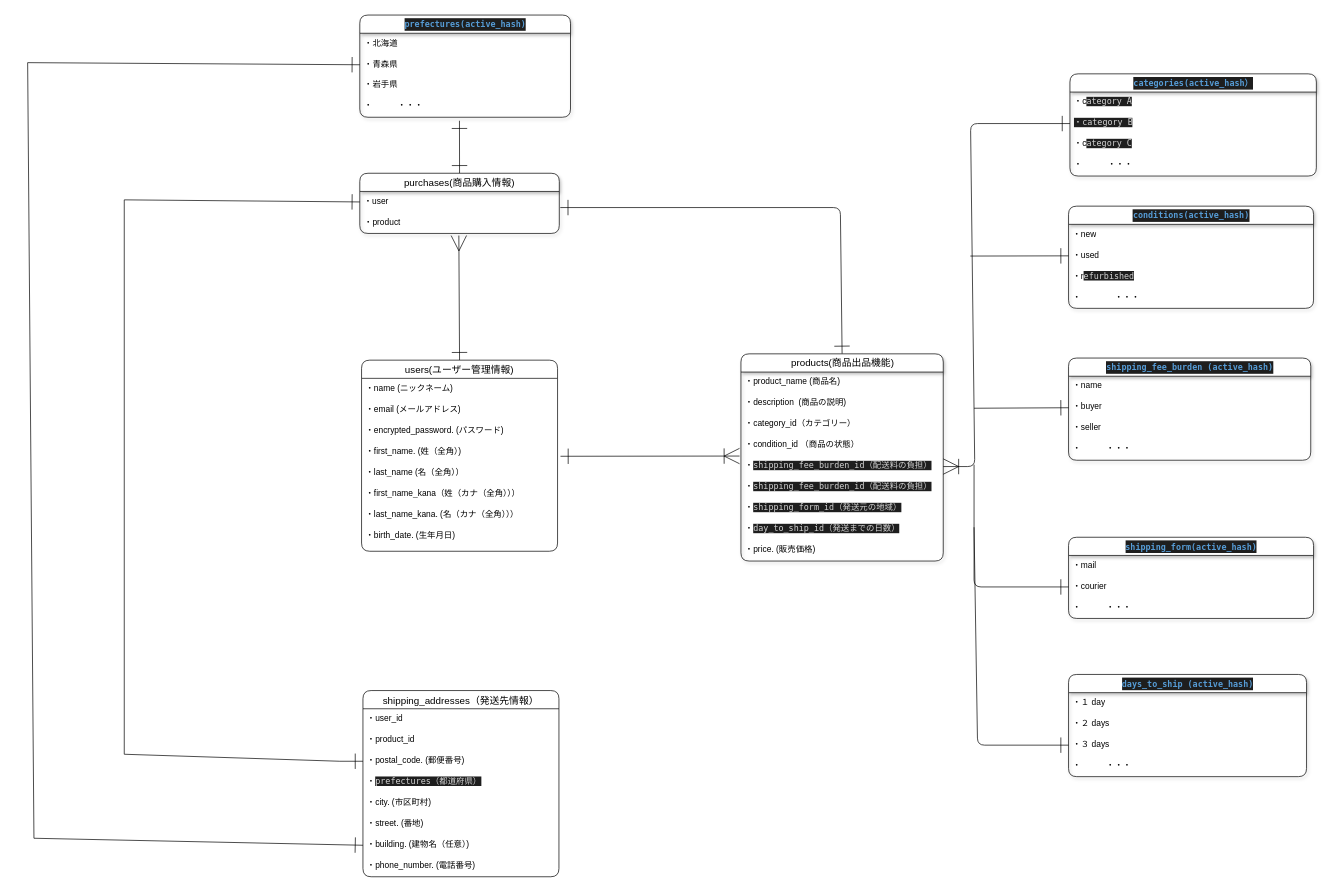
yoshi19841116/furima-39202 keeps this draw.io diagram as .dio. Above is the earlier version. Source tidied: cells renumbered, new cells numbered last; positions are measured from the earlier drawing's top-left corner, leaving out a move shared by most shapes. Both pictures are drawn from the tidied source at 70%, with x=0, y=0 at pixel (27, 15).
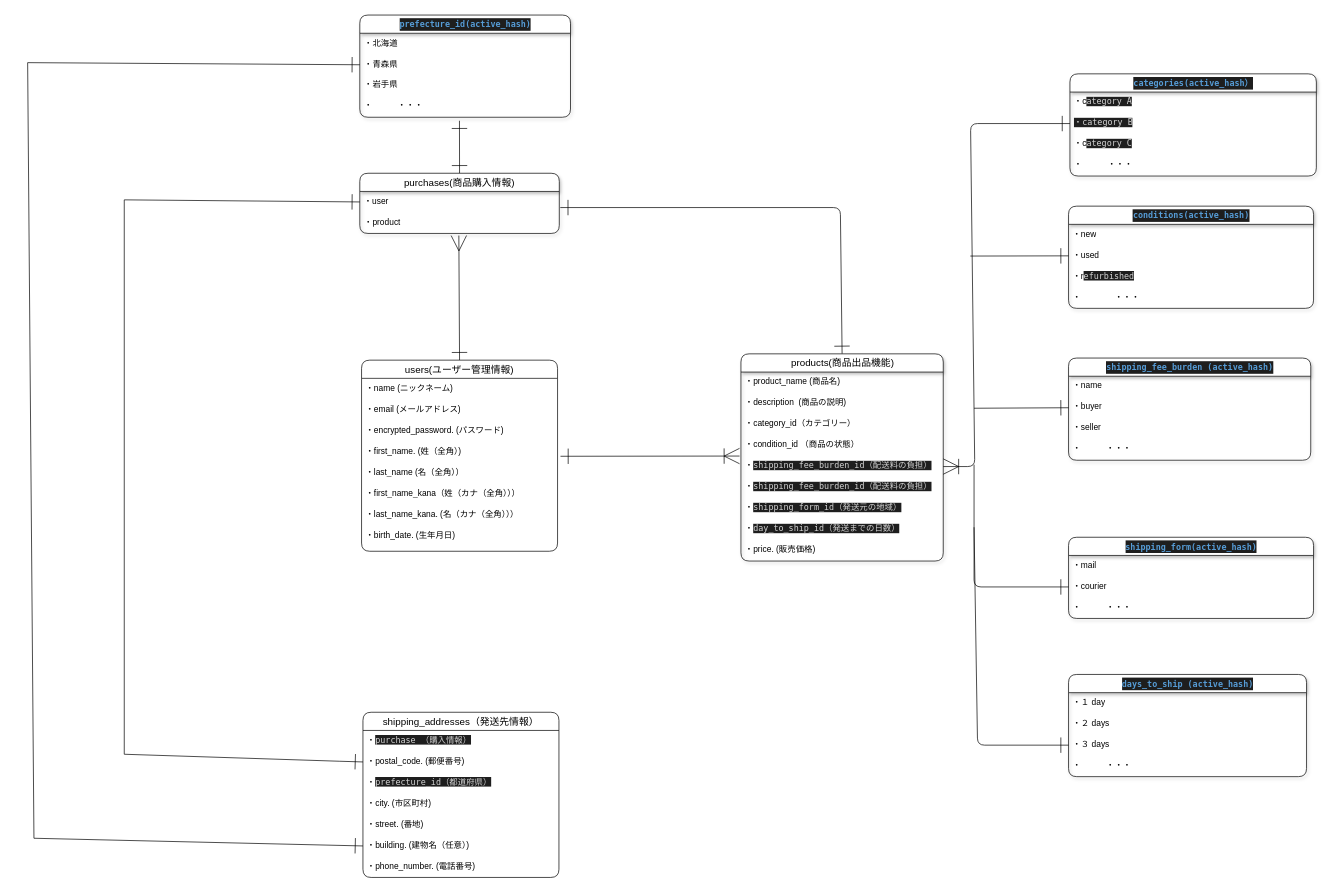
The same page after the edit.

Commit message (it also covers changes not shown here):
データベース設計の修正６

Diff of the diagram source:
```diff
@@
     <mxCell id="16" value="shipping_addresses（発送先情報）" style="swimlane;fontStyle=0;horizontal=1;startSize=26;align=center;fontSize=14;rounded=1;" parent="1" vertex="1">
-      <mxGeometry x="479" y="965" width="280" height="266" as="geometry" />
+      <mxGeometry x="479" y="996" width="280" height="236" as="geometry" />
     </mxCell>
-    <mxCell id="17" value="・user_id" style="text;strokeColor=none;fillColor=none;spacingLeft=4;spacingRight=4;overflow=hidden;fontSize=12;shadow=1;html=1;rounded=1;" parent="16" vertex="1">
+    <mxCell id="17" value="・&lt;span style=&quot;background-color: rgb(30, 30, 30); color: rgb(212, 212, 212); font-family: Menlo, Monaco, &amp;quot;Courier New&amp;quot;, monospace;&quot;&gt;purchase （購入情報）&lt;/span&gt;" style="text;strokeColor=none;fillColor=none;spacingLeft=4;spacingRight=4;overflow=hidden;fontSize=12;shadow=1;html=1;rounded=1;" parent="16" vertex="1">
       <mxGeometry y="26" width="280" height="30" as="geometry" />
     </mxCell>
-    <mxCell id="18" value="・product_id" style="text;strokeColor=none;fillColor=none;spacingLeft=4;spacingRight=4;overflow=hidden;fontSize=12;shadow=1;html=1;rounded=1;" parent="16" vertex="1">
-      <mxGeometry y="56" width="280" height="30" as="geometry" />
-    </mxCell>
     <mxCell id="19" value="・postal_code. (郵便番号)&#10;" style="text;strokeColor=none;fillColor=none;spacingLeft=4;spacingRight=4;overflow=hidden;points=[[0,0.5],[1,0.5]];portConstraint=eastwest;fontSize=12;rounded=1;" parent="16" vertex="1">
-      <mxGeometry y="86" width="280" height="30" as="geometry" />
+      <mxGeometry y="56" width="280" height="30" as="geometry" />
     </mxCell>
-    <mxCell id="20" value="・&lt;span style=&quot;background-color: rgb(30, 30, 30); color: rgb(212, 212, 212); font-family: Menlo, Monaco, &amp;quot;Courier New&amp;quot;, monospace;&quot;&gt;prefectures（都道府県）&lt;/span&gt;" style="text;strokeColor=none;fillColor=none;spacingLeft=4;spacingRight=4;overflow=hidden;fontSize=12;shadow=1;html=1;rounded=1;" parent="16" vertex="1">
-      <mxGeometry y="116" width="280" height="30" as="geometry" />
+    <mxCell id="20" value="・&lt;span style=&quot;background-color: rgb(30, 30, 30); color: rgb(212, 212, 212); font-family: Menlo, Monaco, &amp;quot;Courier New&amp;quot;, monospace;&quot;&gt;prefecture_id（都道府県）&lt;/span&gt;" style="text;strokeColor=none;fillColor=none;spacingLeft=4;spacingRight=4;overflow=hidden;fontSize=12;shadow=1;html=1;rounded=1;" parent="16" vertex="1">
+      <mxGeometry y="86" width="280" height="30" as="geometry" />
     </mxCell>
     <mxCell id="21" value="・city. (市区町村)" style="text;strokeColor=none;fillColor=none;spacingLeft=4;spacingRight=4;overflow=hidden;fontSize=12;rounded=1;" parent="16" vertex="1">
-      <mxGeometry y="146" width="280" height="30" as="geometry" />
+      <mxGeometry y="116" width="280" height="30" as="geometry" />
     </mxCell>
     <mxCell id="22" value="・street. (番地)" style="text;strokeColor=none;fillColor=none;spacingLeft=4;spacingRight=4;overflow=hidden;fontSize=12;rounded=1;" parent="16" vertex="1">
-      <mxGeometry y="176" width="280" height="30" as="geometry" />
+      <mxGeometry y="146" width="280" height="30" as="geometry" />
     </mxCell>
     <mxCell id="23" value="・building. (建物名（任意）)&#10;" style="text;strokeColor=none;fillColor=none;spacingLeft=4;spacingRight=4;overflow=hidden;points=[[0,0.5],[1,0.5]];portConstraint=eastwest;fontSize=12;rounded=1;" parent="16" vertex="1">
-      <mxGeometry y="206" width="280" height="30" as="geometry" />
+      <mxGeometry y="176" width="280" height="30" as="geometry" />
     </mxCell>
     <mxCell id="24" value="・phone_number. (電話番号)&#10;" style="text;strokeColor=none;fillColor=none;spacingLeft=4;spacingRight=4;overflow=hidden;fontSize=12;rounded=1;" parent="16" vertex="1">
-      <mxGeometry y="236" width="280" height="30" as="geometry" />
+      <mxGeometry y="206" width="280" height="30" as="geometry" />
     </mxCell>
@@
-    <mxCell id="61" value="&lt;div style=&quot;color: rgb(212, 212, 212); background-color: rgb(30, 30, 30); font-family: Menlo, Monaco, &amp;quot;Courier New&amp;quot;, monospace; font-size: 12px; line-height: 18px;&quot;&gt;&lt;span style=&quot;color: #569cd6;font-weight: bold;&quot;&gt;prefectures(active_hash)&lt;/span&gt;&lt;/div&gt;" style="swimlane;fontStyle=0;horizontal=1;startSize=26;align=center;fontSize=14;shadow=1;html=1;rounded=1;" parent="1" vertex="1">
+    <mxCell id="61" value="&lt;div style=&quot;color: rgb(212, 212, 212); background-color: rgb(30, 30, 30); font-family: Menlo, Monaco, &amp;quot;Courier New&amp;quot;, monospace; font-size: 12px; line-height: 18px;&quot;&gt;&lt;span style=&quot;color: #569cd6;font-weight: bold;&quot;&gt;prefecture_id(active_hash)&lt;/span&gt;&lt;/div&gt;" style="swimlane;fontStyle=0;horizontal=1;startSize=26;align=center;fontSize=14;shadow=1;html=1;rounded=1;" parent="1" vertex="1">
       <mxGeometry x="474.5" width="301" height="146" as="geometry" />
     </mxCell>
```
